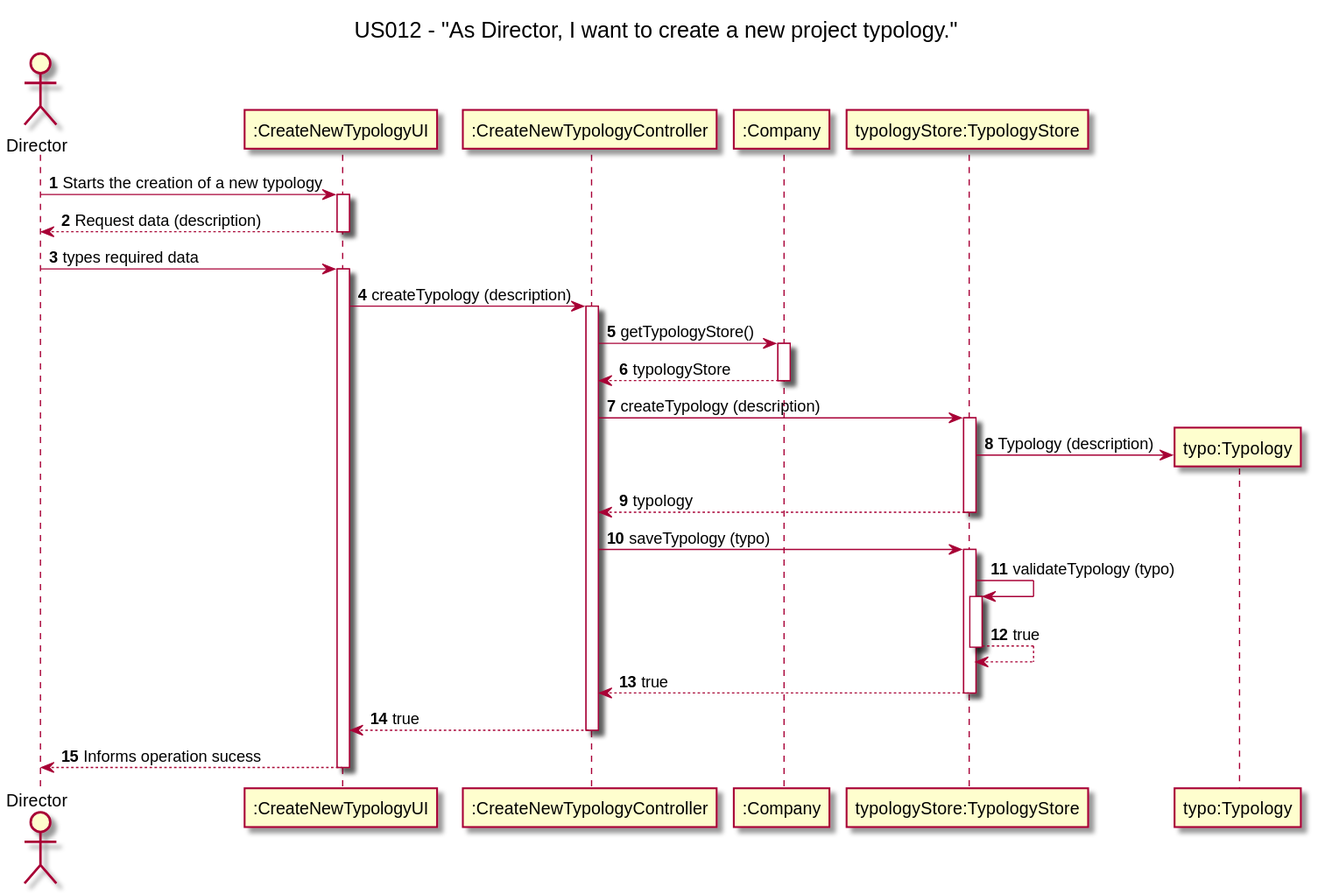
Above: docs/Sprint1/US012/US012-SD.svg in nunogon1211787/projectManagement (PlantUML), before the change.
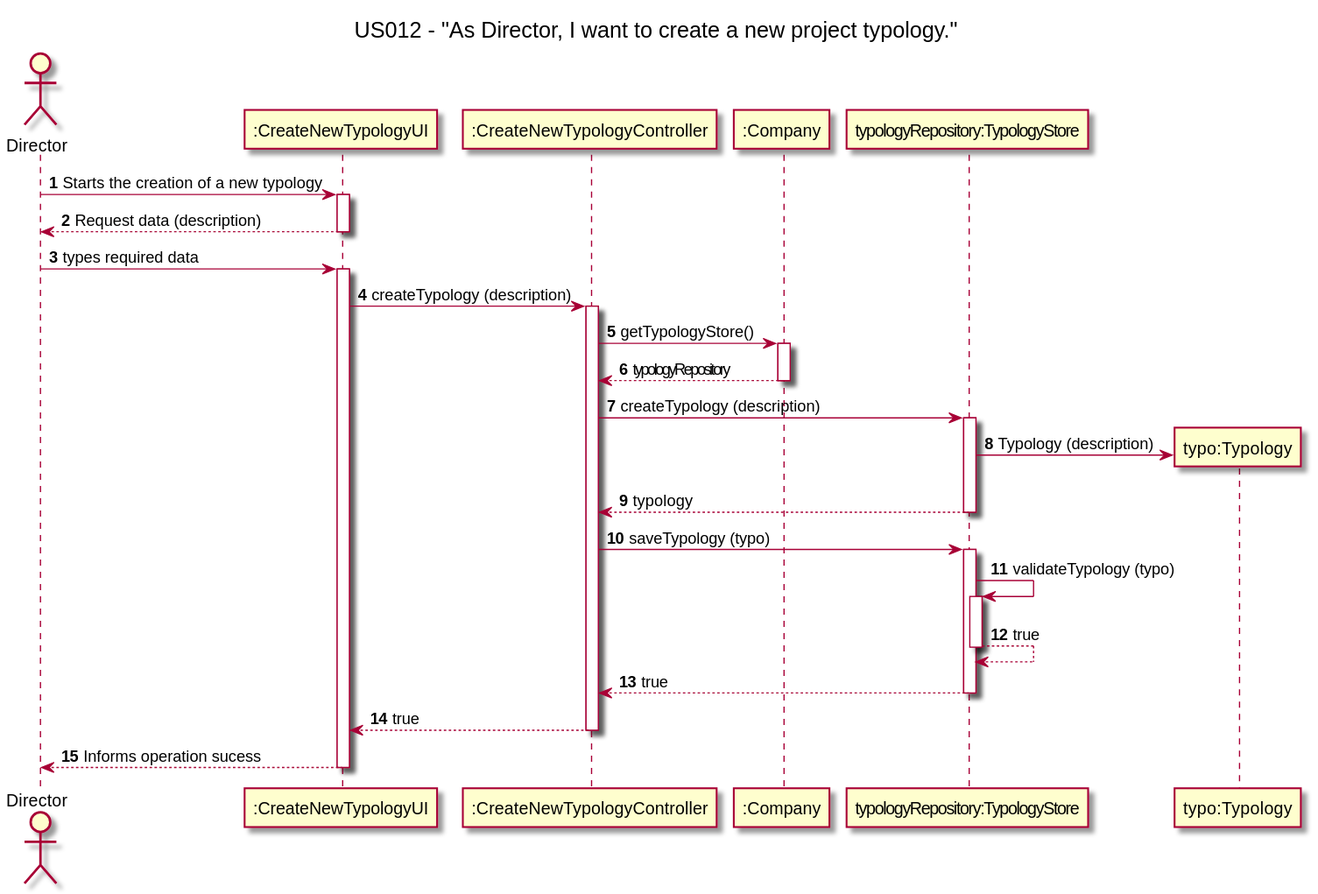
Above is the later version.

Diff of the diagram source:
```diff
@@ -9,15 +9,15 @@
 participant ":CreateNewTypologyUI" as UI
 participant ":CreateNewTypologyController" as Controller
 participant ":Company" as Company
-participant "typologyStore:TypologyStore" as Store
+participant "typologyRepository:TypologyRepository" as Store
 participant "typo:Typology" as Typology
 
 Director -> UI: Starts the creation of a new typology
 return Request data (description)
 Director -> UI: types required data
 UI -> Controller: createTypology (description)
-Controller -> Company: getTypologyStore()
-return typologyStore
+Controller -> Company: getTypologyRepository()
+return typologyRepository
 Controller -> Store: createTypology (description)
 Store -> Typology**: Typology (description)
 return typology
```
